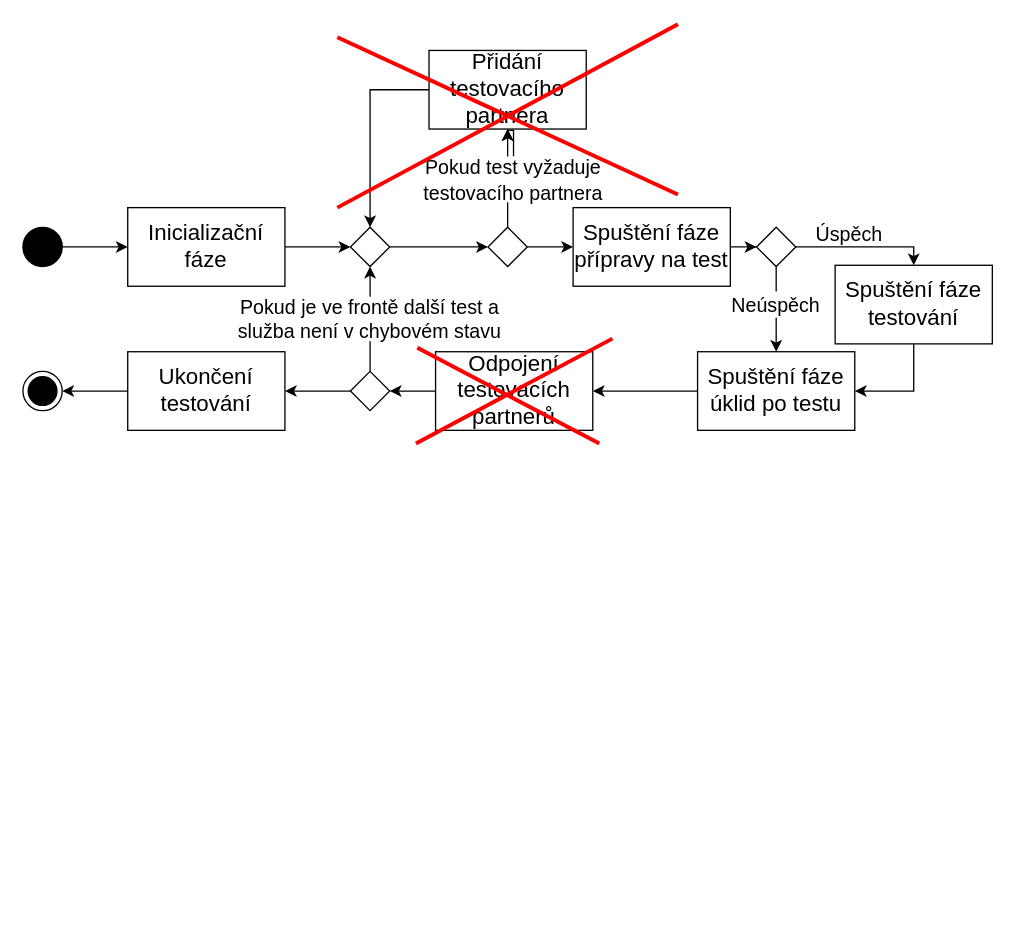
Earlier version of the draw.io diagram assets/img/src/activitydiagramservicechange.drawio (wheeeper/master-thesis). Source tidied: cells renumbered, new cells numbered last; positions are measured from the earlier drawing's top-left corner, leaving out a move shared by most shapes. Both pictures are drawn from the tidied source at 131%, with x=0, y=0 at pixel (22, 24).
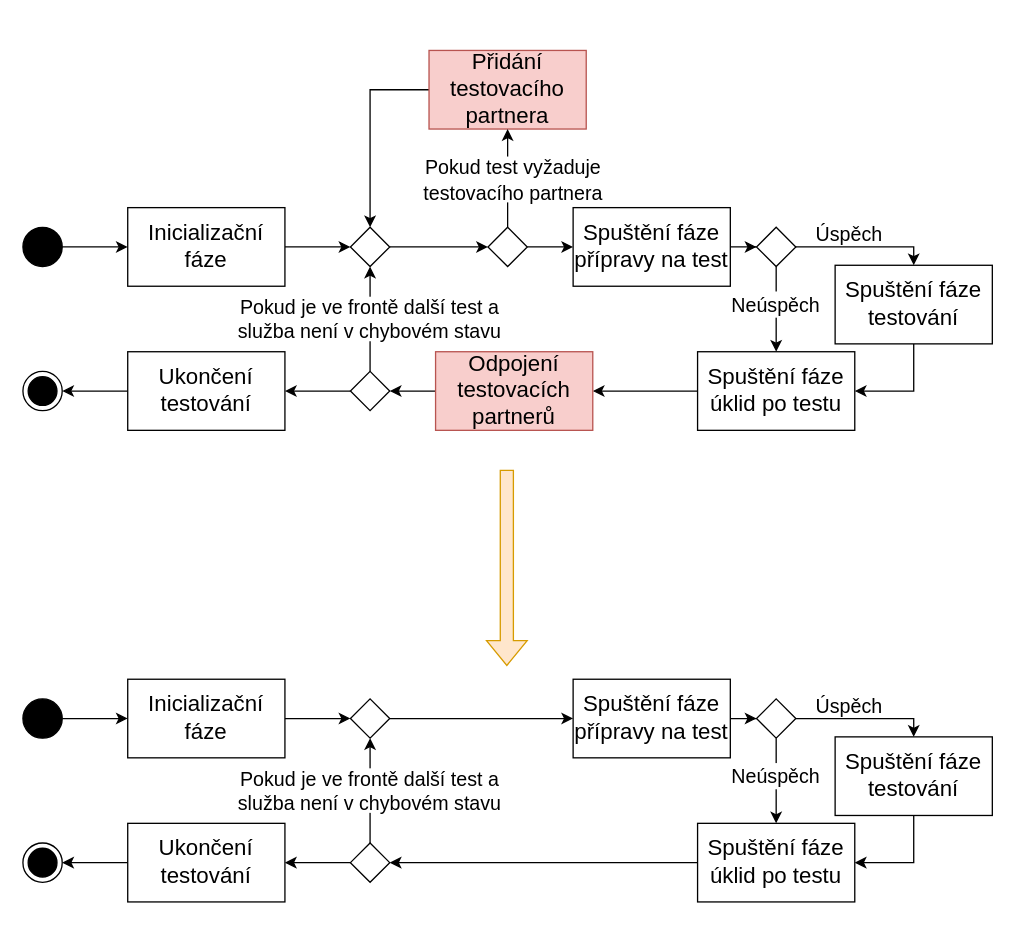
The same diagram, later.

Unchanged cells that the change refers to:
```xml
<mxCell id="25" value="Pokud je ve frontě další test a služba není v chybovém stavu" style="text;html=1;strokeColor=none;align=center;verticalAlign=middle;whiteSpace=wrap;rounded=0;fillColor=#ffffff;fontSize=15;" parent="1" vertex="1">
  <mxGeometry x="157" y="208" width="216" height="34" as="geometry" />
</mxCell>
<mxCell id="27" value="&lt;font style=&quot;font-size: 15px&quot;&gt;Pokud test vyžaduje testovacího partnera&lt;/font&gt;" style="text;html=1;strokeColor=none;align=center;verticalAlign=middle;whiteSpace=wrap;rounded=0;fillColor=#ffffff;fontSize=16;" parent="1" vertex="1">
  <mxGeometry x="269" y="101" width="211" height="35" as="geometry" />
</mxCell>
```

The edit, as a diff of the source:
```diff
@@
-    <mxCell id="19" value="Přidání testovacího partnera" style="rounded=0;whiteSpace=wrap;html=1;fontSize=17;" parent="1" vertex="1">
+    <mxCell id="19" value="Přidání testovacího partnera" style="rounded=0;whiteSpace=wrap;html=1;fontSize=17;fillColor=#f8cecc;strokeColor=#b85450;" parent="1" vertex="1">
       <mxGeometry x="310" y="20" width="120" height="60" as="geometry" />
     </mxCell>
@@
-    <mxCell id="26" style="edgeStyle=orthogonalEdgeStyle;rounded=0;jettySize=auto;html=1;" parent="1" edge="1" source="27" target="19">
-      <mxGeometry relative="1" as="geometry" />
-    </mxCell>
@@
-    <mxCell id="29" value="Odpojení testovacích partnerů" style="rounded=0;whiteSpace=wrap;html=1;fontSize=17;" parent="1" vertex="1">
+    <mxCell id="29" value="Odpojení testovacích partnerů" style="rounded=0;whiteSpace=wrap;html=1;fontSize=17;fillColor=#f8cecc;strokeColor=#b85450;" parent="1" vertex="1">
       <mxGeometry x="315" y="250" width="120" height="60" as="geometry" />
     </mxCell>
@@
-    <mxCell id="35" style="endArrow=none;html=1;rounded=0;strokeColor=#ff0000;strokeWidth=3;" parent="1" edge="1">
-      <mxGeometry relative="1" as="geometry">
-        <mxPoint x="240" y="140" as="sourcePoint" />
-        <mxPoint x="500" as="targetPoint" />
-      </mxGeometry>
-    </mxCell>
-    <mxCell id="36" style="endArrow=none;html=1;rounded=0;strokeColor=#ff0000;strokeWidth=3;" parent="1" edge="1">
-      <mxGeometry relative="1" as="geometry">
-        <mxPoint x="240" y="10" as="sourcePoint" />
-        <mxPoint x="500" y="130" as="targetPoint" />
-      </mxGeometry>
-    </mxCell>
-    <mxCell id="37" style="endArrow=none;html=1;rounded=0;strokeColor=#ff0000;strokeWidth=3;" parent="1" edge="1">
-      <mxGeometry relative="1" as="geometry">
-        <mxPoint x="300" y="320" as="sourcePoint" />
-        <mxPoint x="450" y="240" as="targetPoint" />
-      </mxGeometry>
-    </mxCell>
-    <mxCell id="38" style="endArrow=none;html=1;rounded=0;exitX=0.667;exitY=1.147;exitDx=0;exitDy=0;exitPerimeter=0;strokeColor=#ff0000;strokeWidth=3;" parent="1" edge="1" source="25">
-      <mxGeometry relative="1" as="geometry">
-        <mxPoint x="440" y="320" as="targetPoint" />
-      </mxGeometry>
-    </mxCell>
+    <mxCell id="39" style="edgeStyle=orthogonalEdgeStyle;rounded=0;jettySize=auto;html=1;entryX=0;entryY=0.5;entryDx=0;entryDy=0;fontSize=17;" parent="1" edge="1" source="40" target="56">
+      <mxGeometry relative="1" as="geometry" />
+    </mxCell>
+    <mxCell id="40" value="Inicializační fáze" style="rounded=0;whiteSpace=wrap;html=1;fontSize=17;" parent="1" vertex="1">
+      <mxGeometry x="80" y="500" width="120" height="60" as="geometry" />
+    </mxCell>
+    <mxCell id="41" style="edgeStyle=orthogonalEdgeStyle;rounded=0;jettySize=auto;html=1;entryX=0;entryY=0.5;entryDx=0;entryDy=0;" parent="1" edge="1" source="42" target="60">
+      <mxGeometry relative="1" as="geometry" />
+    </mxCell>
+    <mxCell id="42" value="Spuštění fáze přípravy na test" style="rounded=0;whiteSpace=wrap;html=1;fontSize=17;" parent="1" vertex="1">
+      <mxGeometry x="420" y="500" width="120" height="60" as="geometry" />
+    </mxCell>
+    <mxCell id="43" style="edgeStyle=orthogonalEdgeStyle;rounded=0;jettySize=auto;html=1;entryX=1;entryY=0.5;entryDx=0;entryDy=0;" parent="1" edge="1" source="44" target="46">
+      <mxGeometry relative="1" as="geometry" />
+    </mxCell>
+    <mxCell id="44" value="Spuštění fáze testování" style="rounded=0;whiteSpace=wrap;html=1;fontSize=17;" parent="1" vertex="1">
+      <mxGeometry x="620" y="544" width="120" height="60" as="geometry" />
+    </mxCell>
+    <mxCell id="45" style="edgeStyle=orthogonalEdgeStyle;rounded=0;jettySize=auto;html=1;fontSize=17;entryX=1;entryY=0.5;entryDx=0;entryDy=0;" parent="1" edge="1" source="46" target="52">
+      <mxGeometry relative="1" as="geometry" />
+    </mxCell>
+    <mxCell id="46" value="Spuštění fáze úklid po testu" style="rounded=0;whiteSpace=wrap;html=1;fontSize=17;" parent="1" vertex="1">
+      <mxGeometry x="515" y="610" width="120" height="60" as="geometry" />
+    </mxCell>
+    <mxCell id="47" style="edgeStyle=orthogonalEdgeStyle;rounded=0;jettySize=auto;html=1;entryX=1;entryY=0.5;entryDx=0;entryDy=0;fontSize=17;" parent="1" edge="1" source="48" target="49">
+      <mxGeometry relative="1" as="geometry" />
+    </mxCell>
+    <mxCell id="48" value="Ukončení testování" style="rounded=0;whiteSpace=wrap;html=1;fontSize=17;" parent="1" vertex="1">
+      <mxGeometry x="80" y="610" width="120" height="60" as="geometry" />
+    </mxCell>
+    <mxCell id="49" style="ellipse;html=1;shape=endState;fillColor=#000000;fontSize=17;" parent="1" vertex="1">
+      <mxGeometry y="625" width="30" height="30" as="geometry" />
+    </mxCell>
+    <mxCell id="50" style="edgeStyle=orthogonalEdgeStyle;rounded=0;jettySize=auto;html=1;entryX=1;entryY=0.5;entryDx=0;entryDy=0;fontSize=17;" parent="1" edge="1" source="52" target="48">
+      <mxGeometry relative="1" as="geometry" />
+    </mxCell>
+    <mxCell id="51" style="edgeStyle=orthogonalEdgeStyle;rounded=0;jettySize=auto;html=1;entryX=0.5;entryY=1;entryDx=0;entryDy=0;fontSize=17;" parent="1" edge="1" source="52" target="56">
+      <mxGeometry relative="1" as="geometry" />
+    </mxCell>
+    <mxCell id="52" style="rhombus;whiteSpace=wrap;html=1;strokeColor=#000000;fontSize=17;" parent="1" vertex="1">
+      <mxGeometry x="250" y="625" width="30" height="30" as="geometry" />
+    </mxCell>
+    <mxCell id="53" style="edgeStyle=orthogonalEdgeStyle;rounded=0;jettySize=auto;html=1;entryX=0;entryY=0.5;entryDx=0;entryDy=0;fontSize=17;" parent="1" edge="1" source="54" target="40">
+      <mxGeometry relative="1" as="geometry" />
+    </mxCell>
+    <mxCell id="54" style="ellipse;whiteSpace=wrap;html=1;strokeColor=#000000;fillColor=#000000;fontSize=17;" parent="1" vertex="1">
+      <mxGeometry y="515" width="30" height="30" as="geometry" />
+    </mxCell>
+    <mxCell id="55" style="edgeStyle=orthogonalEdgeStyle;rounded=0;jettySize=auto;html=1;fontSize=17;" parent="1" edge="1" source="56" target="42">
+      <mxGeometry relative="1" as="geometry" />
+    </mxCell>
+    <mxCell id="56" style="rhombus;whiteSpace=wrap;html=1;strokeColor=#000000;fontSize=17;" parent="1" vertex="1">
+      <mxGeometry x="250" y="515" width="30" height="30" as="geometry" />
+    </mxCell>
+    <mxCell id="57" value="Pokud je ve frontě další test a služba není v chybovém stavu" style="text;html=1;strokeColor=none;align=center;verticalAlign=middle;whiteSpace=wrap;rounded=0;fillColor=#ffffff;fontSize=15;" parent="1" vertex="1">
+      <mxGeometry x="157" y="568" width="216" height="34" as="geometry" />
+    </mxCell>
+    <mxCell id="58" style="edgeStyle=orthogonalEdgeStyle;rounded=0;jettySize=auto;html=1;entryX=0.5;entryY=0;entryDx=0;entryDy=0;" parent="1" edge="1" source="60" target="44">
+      <mxGeometry relative="1" as="geometry">
+        <Array as="points">
+          <mxPoint x="680" y="530" />
+        </Array>
+      </mxGeometry>
+    </mxCell>
+    <mxCell id="59" style="edgeStyle=orthogonalEdgeStyle;rounded=0;jettySize=auto;html=1;entryX=0.5;entryY=0;entryDx=0;entryDy=0;" parent="1" edge="1" source="60" target="46">
+      <mxGeometry relative="1" as="geometry" />
+    </mxCell>
+    <mxCell id="60" style="rhombus;whiteSpace=wrap;html=1;strokeColor=#000000;fontSize=17;" parent="1" vertex="1">
+      <mxGeometry x="560" y="515" width="30" height="30" as="geometry" />
+    </mxCell>
+    <mxCell id="61" value="Úspěch" style="text;html=1;strokeColor=none;align=center;verticalAlign=middle;whiteSpace=wrap;rounded=0;fillColor=#ffffff;fontSize=15;" parent="1" vertex="1">
+      <mxGeometry x="596" y="515" width="70" height="10" as="geometry" />
+    </mxCell>
+    <mxCell id="62" value="Neúspěch" style="text;html=1;strokeColor=none;align=center;verticalAlign=middle;whiteSpace=wrap;rounded=0;fillColor=#ffffff;fontSize=15;" parent="1" vertex="1">
+      <mxGeometry x="545" y="564" width="60" height="20" as="geometry" />
+    </mxCell>
+    <mxCell id="63" style="shape=flexArrow;endArrow=classic;html=1;rounded=0;fillColor=#ffe6cc;strokeColor=#d79b00;" parent="1" edge="1">
+      <mxGeometry relative="1" as="geometry">
+        <mxPoint x="369.4" y="340" as="sourcePoint" />
+        <mxPoint x="369.4" y="490" as="targetPoint" />
+      </mxGeometry>
+    </mxCell>
```
